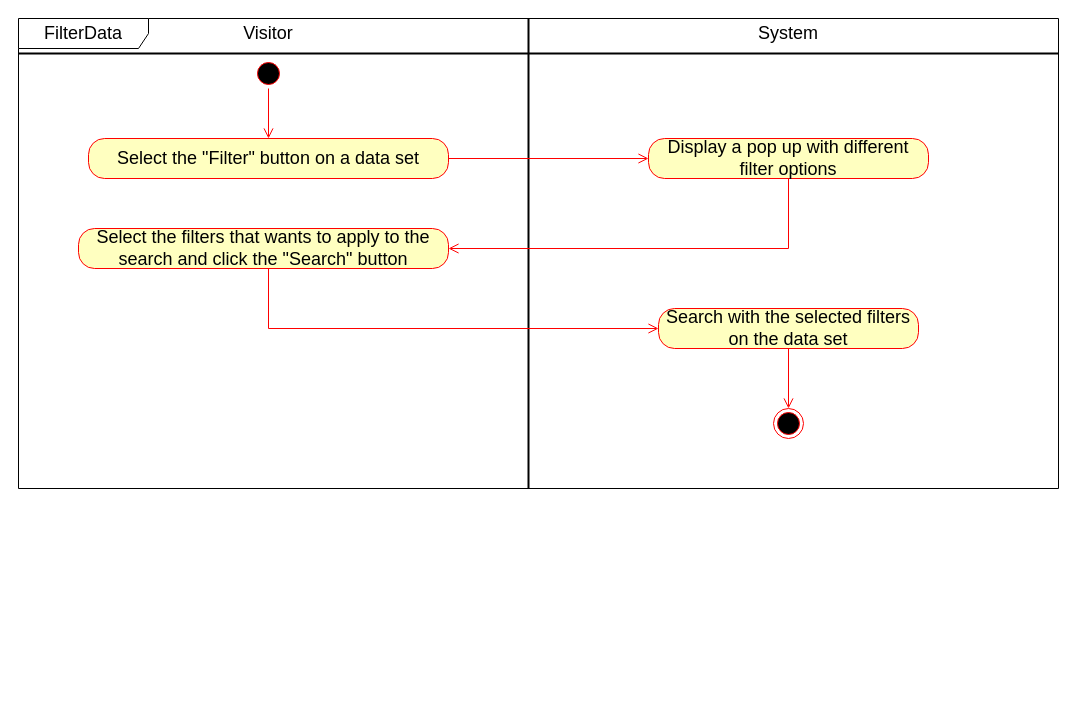
This is page "FilterData" (2 of 3) of Use cases diagram/Visitor.drawio from matteovisotto/SE2-CecchettoSirianiVisotto, a draw.io file, before an edit. Source tidied: cells renumbered, new cells numbered last; positions are measured from the earlier drawing's top-left corner, leaving out a move shared by most shapes. Both pictures are drawn from the tidied source at 100%, with x=0, y=0 at pixel (18, 18).
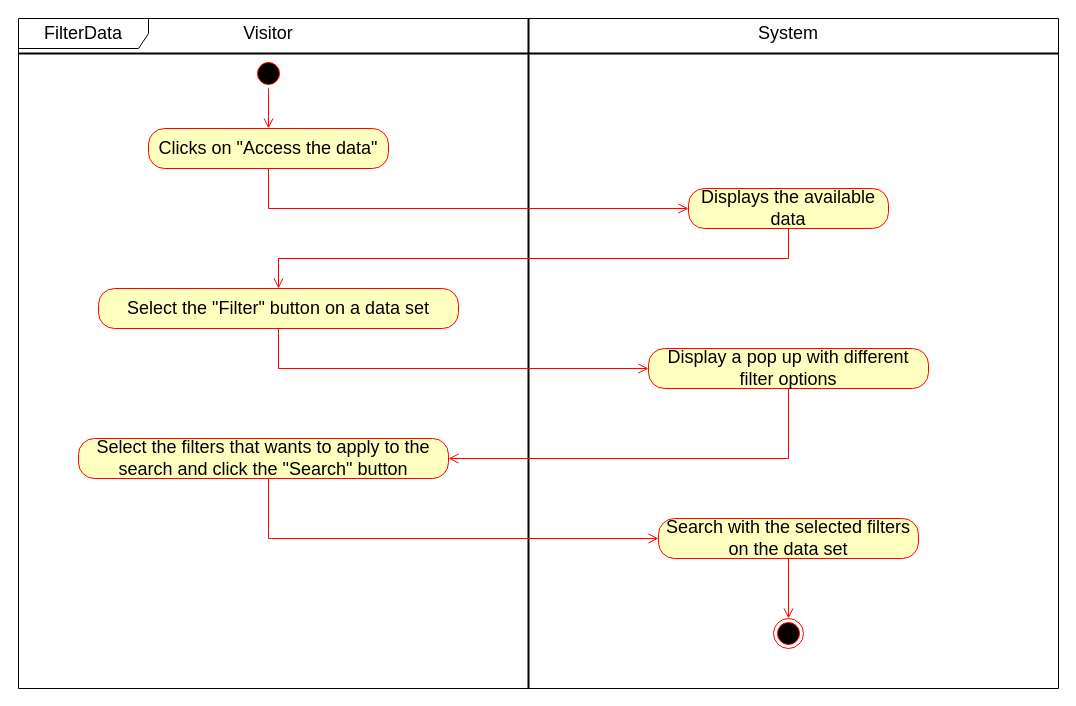
Above is the later version.

The change refers to these unchanged cells:
```xml
<mxCell id="4" style="ellipse;html=1;shape=startState;fillColor=#000000;strokeColor=#ff0000;" parent="1" vertex="1">
  <mxGeometry x="235" y="40" width="30" height="30" as="geometry" />
</mxCell>
```

Change to the diagram source:
```diff
@@
     <mxCell id="2" value="&lt;font style=&quot;font-size: 18px&quot;&gt;FilterData&lt;/font&gt;" style="shape=umlFrame;whiteSpace=wrap;html=1;width=130;height=30;" parent="1" vertex="1">
-      <mxGeometry width="1040" height="470" as="geometry" />
+      <mxGeometry width="1040" height="670" as="geometry" />
     </mxCell>
     <mxCell id="3" style="line;strokeWidth=2;direction=south;html=1;" parent="1" vertex="1">
-      <mxGeometry x="505" width="10" height="470" as="geometry" />
+      <mxGeometry x="505" width="10" height="670" as="geometry" />
     </mxCell>
@@
-    <mxCell id="5" style="edgeStyle=orthogonalEdgeStyle;html=1;verticalAlign=bottom;endArrow=open;endSize=8;strokeColor=#ff0000;rounded=0;" parent="1" edge="1" source="4" target="10">
+    <mxCell id="5" style="edgeStyle=orthogonalEdgeStyle;html=1;verticalAlign=bottom;endArrow=open;endSize=8;strokeColor=#ff0000;rounded=0;" parent="1" edge="1" source="4" target="18">
       <mxGeometry relative="1" as="geometry" />
     </mxCell>
     <mxCell id="6" style="ellipse;html=1;shape=endState;fillColor=#000000;strokeColor=#ff0000;" parent="1" vertex="1">
-      <mxGeometry x="755" y="390" width="30" height="30" as="geometry" />
+      <mxGeometry x="755" y="600" width="30" height="30" as="geometry" />
     </mxCell>
@@
     <mxCell id="10" value="&lt;font style=&quot;font-size: 18px&quot;&gt;Select the &quot;Filter&quot; button on a data set&lt;/font&gt;" style="rounded=1;whiteSpace=wrap;html=1;arcSize=40;fontColor=#000000;fillColor=#ffffc0;strokeColor=#ff0000;" parent="1" vertex="1">
-      <mxGeometry x="70" y="120" width="360" height="40" as="geometry" />
+      <mxGeometry x="80" y="270" width="360" height="40" as="geometry" />
     </mxCell>
     <mxCell id="11" style="edgeStyle=orthogonalEdgeStyle;html=1;verticalAlign=bottom;endArrow=open;endSize=8;strokeColor=#ff0000;rounded=0;" parent="1" edge="1" source="10" target="12">
-      <mxGeometry relative="1" as="geometry" />
+      <mxGeometry relative="1" as="geometry">
+        <Array as="points">
+          <mxPoint x="260" y="350" />
+        </Array>
+      </mxGeometry>
     </mxCell>
     <mxCell id="12" value="&lt;font style=&quot;font-size: 18px&quot;&gt;Display a pop up with different filter options&lt;/font&gt;" style="rounded=1;whiteSpace=wrap;html=1;arcSize=40;fontColor=#000000;fillColor=#ffffc0;strokeColor=#ff0000;" parent="1" vertex="1">
-      <mxGeometry x="630" y="120" width="280" height="40" as="geometry" />
+      <mxGeometry x="630" y="330" width="280" height="40" as="geometry" />
     </mxCell>
     <mxCell id="13" style="edgeStyle=orthogonalEdgeStyle;html=1;verticalAlign=bottom;endArrow=open;endSize=8;strokeColor=#ff0000;rounded=0;" parent="1" edge="1" source="12" target="14">
       <mxGeometry relative="1" as="geometry">
         <Array as="points">
-          <mxPoint x="770" y="230" />
+          <mxPoint x="770" y="440" />
         </Array>
       </mxGeometry>
     </mxCell>
     <mxCell id="14" value="&lt;font style=&quot;font-size: 18px&quot;&gt;Select the filters that wants to apply to the search and click the &quot;Search&quot; button&lt;/font&gt;" style="rounded=1;whiteSpace=wrap;html=1;arcSize=40;fontColor=#000000;fillColor=#ffffc0;strokeColor=#ff0000;" parent="1" vertex="1">
-      <mxGeometry x="60" y="210" width="370" height="40" as="geometry" />
+      <mxGeometry x="60" y="420" width="370" height="40" as="geometry" />
     </mxCell>
     <mxCell id="15" style="edgeStyle=orthogonalEdgeStyle;html=1;verticalAlign=bottom;endArrow=open;endSize=8;strokeColor=#ff0000;rounded=0;" parent="1" edge="1" source="14" target="16">
       <mxGeometry relative="1" as="geometry">
         <Array as="points">
-          <mxPoint x="250" y="310" />
-          <mxPoint x="770" y="310" />
+          <mxPoint x="250" y="520" />
+          <mxPoint x="770" y="520" />
         </Array>
       </mxGeometry>
     </mxCell>
     <mxCell id="16" value="&lt;font style=&quot;font-size: 18px&quot;&gt;Search with the selected filters on the data set&lt;/font&gt;" style="rounded=1;whiteSpace=wrap;html=1;arcSize=40;fontColor=#000000;fillColor=#ffffc0;strokeColor=#ff0000;" parent="1" vertex="1">
-      <mxGeometry x="640" y="290" width="260" height="40" as="geometry" />
+      <mxGeometry x="640" y="500" width="260" height="40" as="geometry" />
     </mxCell>
@@
+    <mxCell id="18" value="&lt;font style=&quot;font-size: 18px&quot;&gt;Clicks on &quot;Access the data&quot;&lt;/font&gt;" style="rounded=1;whiteSpace=wrap;html=1;arcSize=40;fontColor=#000000;fillColor=#ffffc0;strokeColor=#ff0000;" parent="1" vertex="1">
+      <mxGeometry x="130" y="110" width="240" height="40" as="geometry" />
+    </mxCell>
+    <mxCell id="19" style="edgeStyle=orthogonalEdgeStyle;html=1;verticalAlign=bottom;endArrow=open;endSize=8;strokeColor=#ff0000;rounded=0;" parent="1" edge="1" source="18" target="20">
+      <mxGeometry relative="1" as="geometry">
+        <Array as="points">
+          <mxPoint x="250" y="190" />
+        </Array>
+      </mxGeometry>
+    </mxCell>
+    <mxCell id="20" value="Displays the available data" style="rounded=1;whiteSpace=wrap;html=1;arcSize=40;fontColor=#000000;fillColor=#ffffc0;strokeColor=#ff0000;fontSize=18;" parent="1" vertex="1">
+      <mxGeometry x="670" y="170" width="200" height="40" as="geometry" />
+    </mxCell>
+    <mxCell id="21" style="edgeStyle=orthogonalEdgeStyle;html=1;verticalAlign=bottom;endArrow=open;endSize=8;strokeColor=#ff0000;rounded=0;fontSize=18;" parent="1" edge="1" source="20" target="10">
+      <mxGeometry relative="1" as="geometry">
+        <Array as="points">
+          <mxPoint x="770" y="240" />
+          <mxPoint x="260" y="240" />
+        </Array>
+      </mxGeometry>
+    </mxCell>
```
